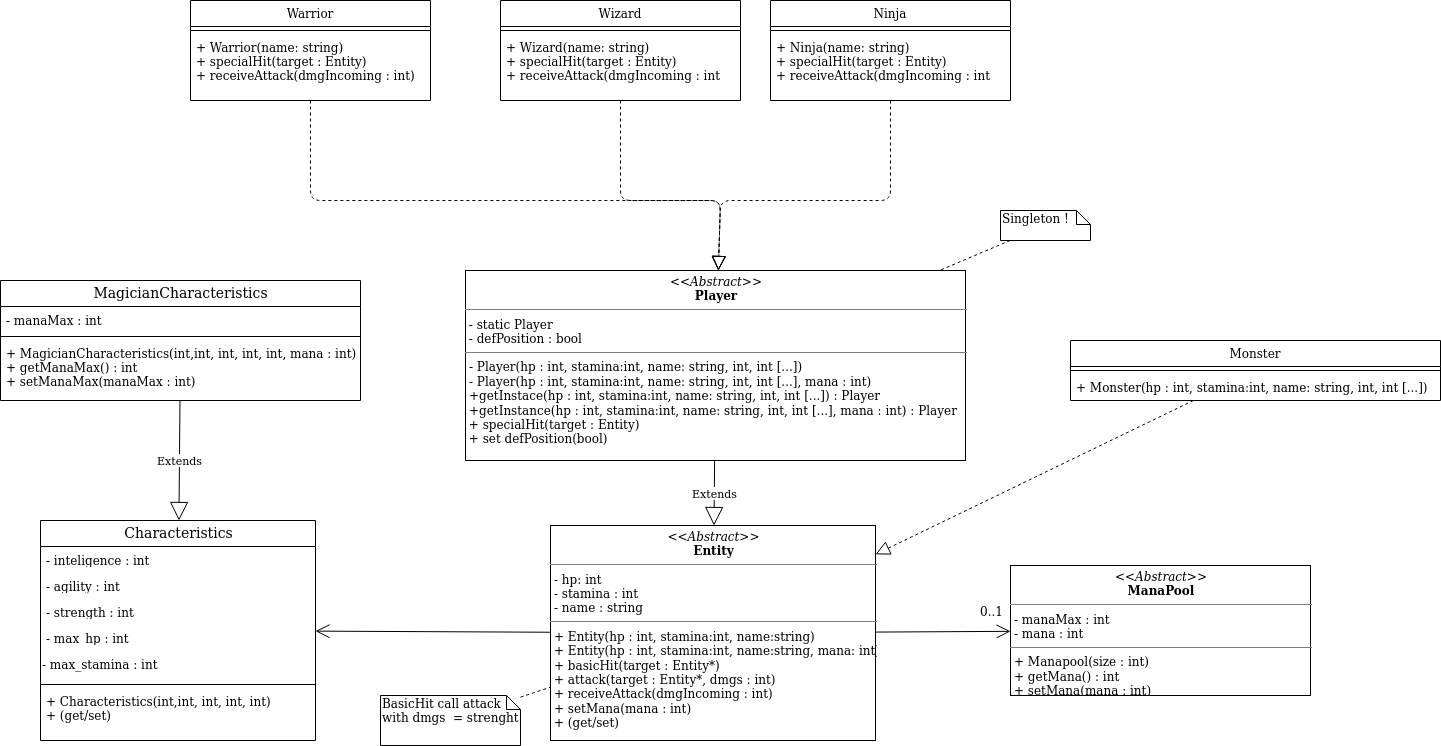
Earlier version of the draw.io export UMLs/Overview_characters.png (LavergneC/JavaRPG). Source tidied: cells renumbered, new cells last; positions are measured from the earlier drawing's top-left corner, leaving out a move shared by most shapes.
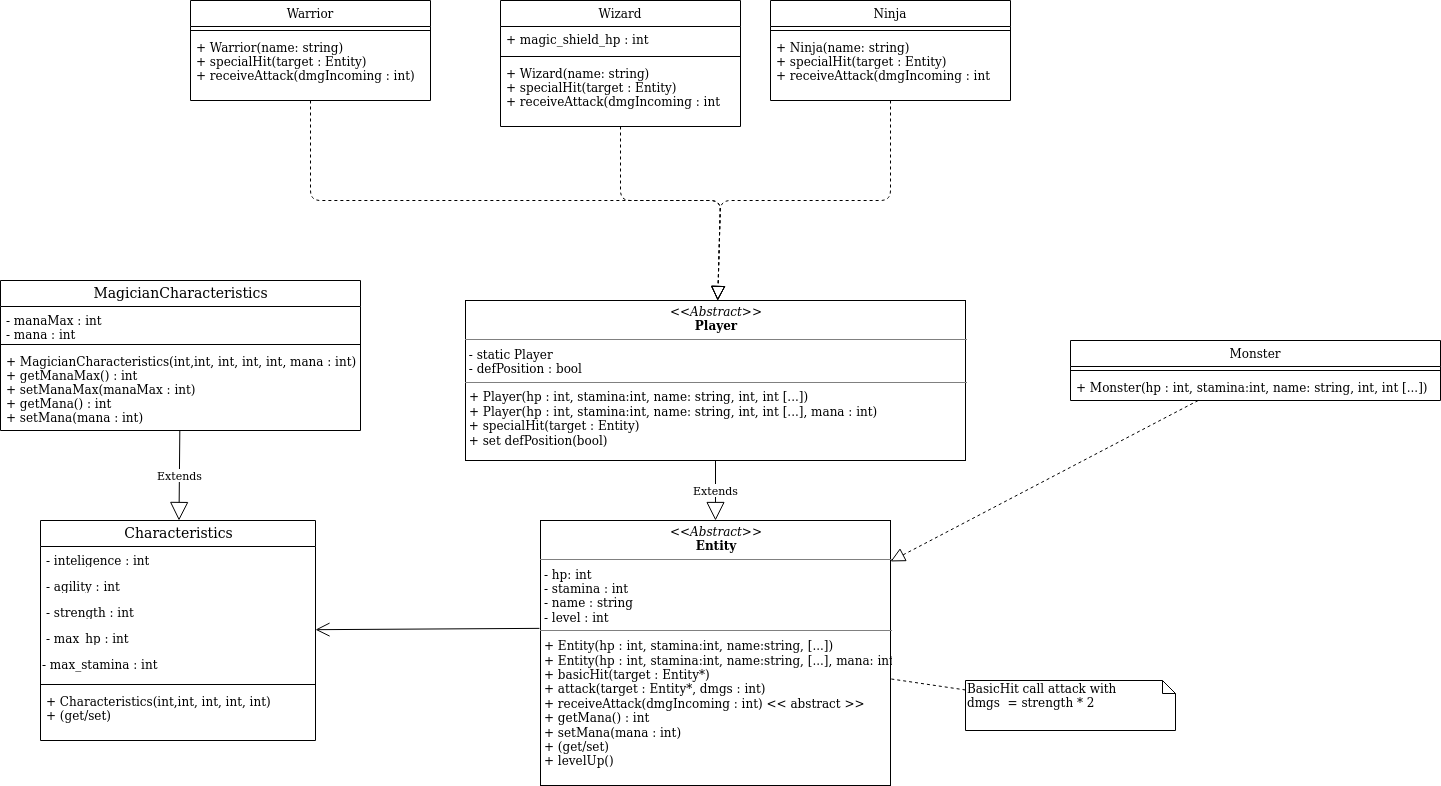
The same file after the commit.

What changed in the source:
```diff
@@ -2,26 +2,23 @@
   <root>
     <mxCell id="0" />
     <mxCell id="1" parent="0" />
-    <mxCell id="2" value="&lt;p style=&quot;margin: 0px ; margin-top: 4px ; text-align: center&quot;&gt;&lt;i&gt;&amp;lt;&amp;lt;Abstract&amp;gt;&amp;gt;&lt;/i&gt;&lt;br&gt;&lt;b&gt;Entity&lt;/b&gt;&lt;/p&gt;&lt;hr size=&quot;1&quot;&gt;&lt;p style=&quot;margin: 0px ; margin-left: 4px&quot;&gt;- hp: int&lt;br&gt;- stamina : int&lt;/p&gt;&lt;p style=&quot;margin: 0px ; margin-left: 4px&quot;&gt;- name : string&lt;br&gt;&lt;/p&gt;&lt;hr size=&quot;1&quot;&gt;&lt;p style=&quot;margin: 0px ; margin-left: 4px&quot;&gt;+ Entity(hp : int, stamina:int, name:string)&lt;/p&gt;&lt;p style=&quot;margin: 0px ; margin-left: 4px&quot;&gt;+ Entity(hp : int, stamina:int, name:string, mana: int)&lt;/p&gt;&lt;p style=&quot;margin: 0px ; margin-left: 4px&quot;&gt;+ basicHit(target : Entity*)&lt;br&gt;&lt;/p&gt;&lt;p style=&quot;margin: 0px ; margin-left: 4px&quot;&gt;+ attack(target : Entity*, dmgs : int)&lt;/p&gt;&lt;p style=&quot;margin: 0px ; margin-left: 4px&quot;&gt;+ receiveAttack(dmgIncoming : int)&lt;/p&gt;&lt;p style=&quot;margin: 0px ; margin-left: 4px&quot;&gt;+ setMana(mana : int)&lt;/p&gt;&lt;p style=&quot;margin: 0px ; margin-left: 4px&quot;&gt;+ (get/set)&lt;br&gt;&lt;/p&gt;&lt;p style=&quot;margin: 0px ; margin-left: 4px&quot;&gt;&lt;br&gt;&lt;/p&gt;" style="verticalAlign=top;align=left;overflow=fill;fontSize=12;fontFamily=Helvetica;html=1;rounded=0;shadow=0;comic=0;labelBackgroundColor=none;strokeWidth=1;" parent="1" vertex="1">
-      <mxGeometry x="550" y="525" width="325" height="215" as="geometry" />
+    <mxCell id="2" value="&lt;p style=&quot;margin: 0px ; margin-top: 4px ; text-align: center&quot;&gt;&lt;i&gt;&amp;lt;&amp;lt;Abstract&amp;gt;&amp;gt;&lt;/i&gt;&lt;br&gt;&lt;b&gt;Entity&lt;/b&gt;&lt;/p&gt;&lt;hr size=&quot;1&quot;&gt;&lt;p style=&quot;margin: 0px ; margin-left: 4px&quot;&gt;- hp: int&lt;br&gt;- stamina : int&lt;/p&gt;&lt;p style=&quot;margin: 0px ; margin-left: 4px&quot;&gt;- name : string&lt;/p&gt;&lt;p style=&quot;margin: 0px ; margin-left: 4px&quot;&gt;- level : int&lt;br&gt;&lt;/p&gt;&lt;hr size=&quot;1&quot;&gt;&lt;p style=&quot;margin: 0px ; margin-left: 4px&quot;&gt;+ Entity(hp : int, stamina:int, name:string, [...])&lt;/p&gt;&lt;p style=&quot;margin: 0px ; margin-left: 4px&quot;&gt;+ Entity(hp : int, stamina:int, name:string, [...], mana: int)&lt;/p&gt;&lt;p style=&quot;margin: 0px ; margin-left: 4px&quot;&gt;+ basicHit(target : Entity*)&lt;br&gt;&lt;/p&gt;&lt;p style=&quot;margin: 0px ; margin-left: 4px&quot;&gt;+ attack(target : Entity*, dmgs : int)&lt;/p&gt;&lt;p style=&quot;margin: 0px ; margin-left: 4px&quot;&gt;+ receiveAttack(dmgIncoming : int) &amp;lt;&amp;lt; abstract &amp;gt;&amp;gt;&lt;br&gt;+ getMana() : int&lt;br&gt;&lt;/p&gt;&lt;p style=&quot;margin: 0px ; margin-left: 4px&quot;&gt;+ setMana(mana : int)&lt;/p&gt;&lt;p style=&quot;margin: 0px ; margin-left: 4px&quot;&gt;+ (get/set)&lt;/p&gt;&lt;p style=&quot;margin: 0px ; margin-left: 4px&quot;&gt;+ levelUp()&lt;br&gt;&lt;/p&gt;&lt;p style=&quot;margin: 0px ; margin-left: 4px&quot;&gt;&lt;br&gt;&lt;/p&gt;" style="verticalAlign=top;align=left;overflow=fill;fontSize=12;fontFamily=Helvetica;html=1;rounded=0;shadow=0;comic=0;labelBackgroundColor=none;strokeWidth=1;" parent="1" vertex="1">
+      <mxGeometry x="540" y="520" width="350" height="265" as="geometry" />
     </mxCell>
-    <mxCell id="3" value="&lt;p style=&quot;margin: 0px ; margin-top: 4px ; text-align: center&quot;&gt;&lt;i&gt;&amp;lt;&amp;lt;&lt;/i&gt;&lt;i&gt;&lt;i&gt;Abstract&lt;/i&gt;&amp;gt;&amp;gt;&lt;/i&gt;&lt;br&gt;&lt;b&gt;ManaPool&lt;/b&gt;&lt;/p&gt;&lt;hr size=&quot;1&quot;&gt;&lt;p style=&quot;margin: 0px ; margin-left: 4px&quot;&gt;- manaMax : int&lt;/p&gt;&lt;p style=&quot;margin: 0px ; margin-left: 4px&quot;&gt;- mana : int&lt;br&gt;&lt;/p&gt;&lt;hr size=&quot;1&quot;&gt;&lt;p style=&quot;margin: 0px ; margin-left: 4px&quot;&gt;+ Manapool(size : int)&lt;/p&gt;&lt;p style=&quot;margin: 0px ; margin-left: 4px&quot;&gt;+ getMana() : int&lt;br&gt;&lt;/p&gt;&lt;p style=&quot;margin: 0px ; margin-left: 4px&quot;&gt;+ setMana(mana : int)&lt;br&gt;&lt;/p&gt;&lt;p style=&quot;margin: 0px ; margin-left: 4px&quot;&gt;&lt;br&gt;&lt;/p&gt;" style="verticalAlign=top;align=left;overflow=fill;fontSize=12;fontFamily=Helvetica;html=1;rounded=0;shadow=0;comic=0;labelBackgroundColor=none;strokeWidth=1;" parent="1" vertex="1">
-      <mxGeometry x="1010" y="565" width="300" height="130" as="geometry" />
-    </mxCell>
     <mxCell id="4" value="Extends" style="endArrow=block;endSize=16;endFill=0;html=1;" parent="1" edge="1" source="22" target="14">
       <mxGeometry relative="1" as="geometry" />
     </mxCell>
-    <mxCell id="5" style="endArrow=open;endFill=1;endSize=12;html=1;" parent="1" edge="1" source="2" target="14">
+    <mxCell id="5" style="endArrow=open;endFill=1;endSize=12;html=1;exitX=-0.003;exitY=0.407;exitDx=0;exitDy=0;exitPerimeter=0;" parent="1" edge="1" source="2" target="14">
       <mxGeometry relative="1" as="geometry" />
     </mxCell>
-    <mxCell id="6" value="&lt;p style=&quot;margin: 0px ; margin-top: 4px ; text-align: center&quot;&gt;&lt;i&gt;&amp;lt;&amp;lt;&lt;/i&gt;&lt;i&gt;&lt;i&gt;Abstract&lt;/i&gt;&amp;gt;&amp;gt;&lt;/i&gt;&lt;br&gt;&lt;b&gt;Player&lt;/b&gt;&lt;/p&gt;&lt;hr size=&quot;1&quot;&gt;&lt;div&gt;&amp;nbsp;- static Player&amp;nbsp; &lt;br&gt;&lt;/div&gt;&lt;div&gt;&amp;nbsp;- defPosition : bool&lt;/div&gt;&lt;hr size=&quot;1&quot;&gt;&lt;p style=&quot;margin: 0px ; margin-left: 4px&quot;&gt;- Player(hp : int, stamina:int, name: string, int, int [...])&lt;/p&gt;&lt;p style=&quot;margin: 0px ; margin-left: 4px&quot;&gt;- Player(hp : int, stamina:int, name: string, int, int [...], mana : int)&lt;/p&gt;&lt;p style=&quot;margin: 0px ; margin-left: 4px&quot;&gt;+getInstace(hp : int, stamina:int, name: string, int, int [...]) : Player&lt;br&gt;&lt;/p&gt;&lt;p style=&quot;margin: 0px ; margin-left: 4px&quot;&gt;+getInstance(hp : int, stamina:int, name: string, int, int [...], mana : int) : Player&lt;br&gt;&lt;/p&gt;&lt;div&gt;&amp;nbsp;+ specialHit(target : Entity)&lt;/div&gt;&lt;div&gt;&amp;nbsp;+ set defPosition(bool)&lt;br&gt;&lt;/div&gt;&lt;p style=&quot;margin: 0px ; margin-left: 4px&quot;&gt;&lt;br&gt;&lt;/p&gt;" style="verticalAlign=top;align=left;overflow=fill;fontSize=12;fontFamily=Helvetica;html=1;rounded=0;shadow=0;comic=0;labelBackgroundColor=none;strokeWidth=1;" parent="1" vertex="1">
-      <mxGeometry x="465" y="270" width="500" height="190" as="geometry" />
+    <mxCell id="6" value="&lt;p style=&quot;margin: 0px ; margin-top: 4px ; text-align: center&quot;&gt;&lt;i&gt;&amp;lt;&amp;lt;&lt;/i&gt;&lt;i&gt;&lt;i&gt;Abstract&lt;/i&gt;&amp;gt;&amp;gt;&lt;/i&gt;&lt;br&gt;&lt;b&gt;Player&lt;/b&gt;&lt;/p&gt;&lt;hr size=&quot;1&quot;&gt;&lt;div&gt;&amp;nbsp;- static Player&amp;nbsp; &lt;br&gt;&lt;/div&gt;&lt;div&gt;&amp;nbsp;- defPosition : bool&lt;/div&gt;&lt;hr size=&quot;1&quot;&gt;&lt;p style=&quot;margin: 0px ; margin-left: 4px&quot;&gt;+ Player(hp : int, stamina:int, name: string, int, int [...])&lt;/p&gt;&lt;p style=&quot;margin: 0px ; margin-left: 4px&quot;&gt;+ Player(hp : int, stamina:int, name: string, int, int [...], mana : int)&lt;/p&gt;&lt;div&gt;&amp;nbsp;+ specialHit(target : Entity)&lt;/div&gt;&lt;div&gt;&amp;nbsp;+ set defPosition(bool)&lt;br&gt;&lt;/div&gt;&lt;p style=&quot;margin: 0px ; margin-left: 4px&quot;&gt;&lt;br&gt;&lt;/p&gt;" style="verticalAlign=top;align=left;overflow=fill;fontSize=12;fontFamily=Helvetica;html=1;rounded=0;shadow=0;comic=0;labelBackgroundColor=none;strokeWidth=1;" parent="1" vertex="1">
+      <mxGeometry x="465" y="300" width="500" height="160" as="geometry" />
     </mxCell>
     <mxCell id="7" value="Extends" style="endArrow=block;endSize=16;endFill=0;html=1;" parent="1" edge="1" source="6" target="2">
       <mxGeometry relative="1" as="geometry" />
     </mxCell>
-    <mxCell id="8" value="&lt;div&gt;BasicHit call attack with dmgs&amp;nbsp; = strenght&lt;br&gt;&lt;/div&gt;" style="shape=note;whiteSpace=wrap;html=1;size=14;verticalAlign=top;align=left;spacingTop=-6;" parent="1" vertex="1">
-      <mxGeometry x="380" y="695" width="140" height="50" as="geometry" />
+    <mxCell id="8" value="&lt;div&gt;BasicHit call attack with &lt;br&gt;&lt;/div&gt;&lt;div&gt;dmgs&amp;nbsp; = strength * 2&lt;/div&gt;" style="shape=note;whiteSpace=wrap;html=1;size=13;verticalAlign=top;align=left;spacingTop=-6;" parent="1" vertex="1">
+      <mxGeometry x="965" y="680" width="210" height="50" as="geometry" />
     </mxCell>
     <mxCell id="9" style="endArrow=none;dashed=1;html=1;" parent="1" edge="1" source="8" target="2">
       <mxGeometry relative="1" as="geometry" />
@@ -78,16 +75,16 @@
       <mxGeometry y="168" width="275" height="52" as="geometry" />
     </mxCell>
     <mxCell id="22" value="&lt;font style=&quot;font-size: 14px&quot;&gt;MagicianCharacteristics&lt;/font&gt;" style="swimlane;html=1;fontStyle=0;horizontal=1;startSize=26;fillColor=none;swimlaneFillColor=#ffffff;rounded=0;shadow=0;comic=0;labelBackgroundColor=none;strokeWidth=1;fontFamily=Verdana;fontSize=10;align=center;" parent="1" vertex="1">
-      <mxGeometry y="280" width="360" height="120" as="geometry" />
+      <mxGeometry y="280" width="360" height="150" as="geometry" />
     </mxCell>
-    <mxCell id="23" value="- manaMax : int" style="text;html=1;strokeColor=none;fillColor=none;align=left;verticalAlign=top;spacingLeft=4;spacingRight=4;whiteSpace=wrap;overflow=hidden;" parent="22" vertex="1">
-      <mxGeometry y="26" width="360" height="26" as="geometry" />
+    <mxCell id="23" value="&lt;div&gt;- manaMax : int&lt;br&gt;- mana : int&lt;/div&gt;&lt;div&gt;&lt;br&gt;&lt;/div&gt;" style="text;html=1;strokeColor=none;fillColor=none;align=left;verticalAlign=top;spacingLeft=4;spacingRight=4;whiteSpace=wrap;overflow=hidden;" parent="22" vertex="1">
+      <mxGeometry y="26" width="360" height="34" as="geometry" />
     </mxCell>
     <mxCell id="24" style="line;strokeWidth=1;fillColor=none;align=left;verticalAlign=middle;spacingTop=-1;spacingLeft=3;spacingRight=3;labelPosition=right;" parent="22" vertex="1">
-      <mxGeometry y="52" width="360" height="8" as="geometry" />
+      <mxGeometry y="60" width="360" height="8" as="geometry" />
     </mxCell>
-    <mxCell id="25" value="+ MagicianCharacteristics(int,int, int, int, int, mana : int)&#10;+ getManaMax() : int&#10;+ setManaMax(manaMax : int)&#10;&#10;&#10;&#10;" style="text;strokeColor=none;fillColor=none;align=left;verticalAlign=top;spacingLeft=4;spacingRight=4;overflow=hidden;" parent="22" vertex="1">
-      <mxGeometry y="60" width="360" height="52" as="geometry" />
+    <mxCell id="25" value="+ MagicianCharacteristics(int,int, int, int, int, mana : int)&#10;+ getManaMax() : int&#10;+ setManaMax(manaMax : int)&#10;+ getMana() : int&#10;+ setMana(mana : int)&#10;&#10;&#10;&#10;" style="text;strokeColor=none;fillColor=none;align=left;verticalAlign=top;spacingLeft=4;spacingRight=4;overflow=hidden;" parent="22" vertex="1">
+      <mxGeometry y="68" width="360" height="82" as="geometry" />
     </mxCell>
     <mxCell id="26" value="Monster" style="swimlane;fontStyle=0;horizontal=1;startSize=26;fillColor=none;" parent="1" vertex="1">
       <mxGeometry x="1070" y="340" width="370" height="60" as="geometry" />
@@ -117,27 +114,16 @@
       <mxGeometry y="34" width="240" height="66" as="geometry" />
     </mxCell>
     <mxCell id="35" value="Wizard" style="swimlane;fontStyle=0;horizontal=1;startSize=26;fillColor=none;" parent="1" vertex="1">
-      <mxGeometry x="500" width="240" height="100" as="geometry" />
+      <mxGeometry x="500" width="240" height="126" as="geometry" />
     </mxCell>
+    <mxCell id="42" value="+ magic_shield_hp : int" style="text;strokeColor=none;fillColor=none;align=left;verticalAlign=top;spacingLeft=4;spacingRight=4;overflow=hidden;" parent="35" vertex="1">
+      <mxGeometry y="26" width="240" height="26" as="geometry" />
+    </mxCell>
     <mxCell id="36" style="line;strokeWidth=1;fillColor=none;align=left;verticalAlign=middle;spacingTop=-1;spacingLeft=3;spacingRight=3;labelPosition=right;" parent="35" vertex="1">
-      <mxGeometry y="26" width="240" height="8" as="geometry" />
+      <mxGeometry y="52" width="240" height="8" as="geometry" />
     </mxCell>
     <mxCell id="37" value="+ Wizard(name: string)&#10; + specialHit(target : Entity)&#10;+ receiveAttack(dmgIncoming : int&#10;&#10;" style="text;strokeColor=none;fillColor=none;align=left;verticalAlign=top;spacingLeft=4;spacingRight=4;overflow=hidden;" parent="35" vertex="1">
-      <mxGeometry y="34" width="240" height="66" as="geometry" />
+      <mxGeometry y="60" width="240" height="66" as="geometry" />
     </mxCell>
-    <mxCell id="38" value="Singleton !" style="shape=note;whiteSpace=wrap;html=1;size=14;verticalAlign=top;align=left;spacingTop=-6;" parent="1" vertex="1">
-      <mxGeometry x="1000" y="210" width="90" height="30" as="geometry" />
-    </mxCell>
-    <mxCell id="39" style="endArrow=none;dashed=1;html=1;" parent="1" edge="1" source="38" target="6">
-      <mxGeometry relative="1" as="geometry" />
-    </mxCell>
-    <mxCell id="40" style="endArrow=open;endFill=1;endSize=12;html=1;" parent="1" edge="1" source="2" target="3">
-      <mxGeometry relative="1" as="geometry" />
-    </mxCell>
-    <mxCell id="41" value="0..1" style="text;html=1;align=center;verticalAlign=middle;labelBackgroundColor=#ffffff;" parent="40" vertex="1">
-      <mxGeometry x="0.7" y="-4" relative="1" as="geometry">
-        <mxPoint y="-24" as="offset" />
-      </mxGeometry>
-    </mxCell>
   </root>
 </mxGraphModel>
```
